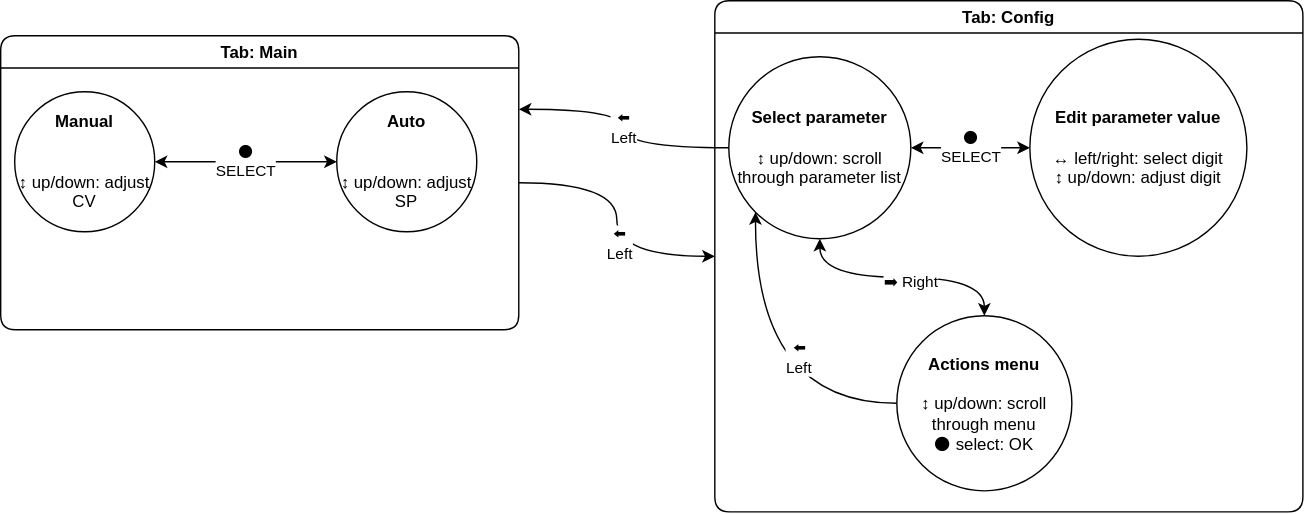
The draw.io diagram docs/state_diagram.svg in OpenHumidistat/firmware, before a commit. Source tidied: cells renumbered, new cells last; positions are measured from the earlier drawing's top-left corner, leaving out a move shared by most shapes. The source it was exported from:
```xml
<mxGraphModel>
  <root>
    <mxCell id="0" />
    <mxCell id="1" parent="0" />
    <mxCell id="2" value="Tab: Main" style="swimlane;rounded=1;swimlaneFillColor=none;swimlaneLine=1;" parent="1" vertex="1">
      <mxGeometry y="25" width="370" height="210" as="geometry" />
    </mxCell>
    <mxCell id="3" value="&lt;div&gt;&lt;span class=&quot;ILfuVd&quot;&gt;⚫&lt;/span&gt;&lt;/div&gt;&lt;div&gt;SELECT&lt;/div&gt;" style="edgeStyle=orthogonalEdgeStyle;jettySize=auto;html=1;entryX=0;entryY=0.5;entryDx=0;entryDy=0;startArrow=classic;startFill=1;curved=1;" parent="2" edge="1" source="4" target="5">
      <mxGeometry relative="1" as="geometry" />
    </mxCell>
    <mxCell id="4" value="&lt;div&gt;&lt;b&gt;Manual&lt;/b&gt;&lt;/div&gt;&lt;div&gt;&lt;br&gt;&lt;/div&gt;&lt;div&gt;&lt;br&gt;↕️ up/down: adjust CV&lt;br&gt;&lt;/div&gt;" style="ellipse;whiteSpace=wrap;html=1;rounded=1;shadow=0;sketch=0;labelBackgroundColor=none;" parent="2" vertex="1">
      <mxGeometry x="10" y="40" width="100" height="100" as="geometry" />
    </mxCell>
    <mxCell id="5" value="&lt;div&gt;&lt;b&gt;Auto&lt;/b&gt;&lt;/div&gt;&lt;div&gt;&lt;br&gt;&lt;/div&gt;&lt;div&gt;&lt;br&gt;&lt;/div&gt;&lt;div&gt;↕️ up/down: adjust SP&lt;/div&gt;" style="ellipse;whiteSpace=wrap;html=1;rounded=1;" parent="2" vertex="1">
      <mxGeometry x="240" y="40" width="100" height="100" as="geometry" />
    </mxCell>
    <mxCell id="6" style="edgeStyle=orthogonalEdgeStyle;jettySize=auto;html=1;entryX=1;entryY=0.5;entryDx=0;entryDy=0;startArrow=classic;startFill=1;curved=1;endArrow=none;endFill=0;" parent="1" edge="1" source="8" target="2">
      <mxGeometry relative="1" as="geometry" />
    </mxCell>
    <mxCell id="7" value="&lt;div&gt;⬅️&lt;/div&gt;&lt;div&gt;Left&lt;/div&gt;" style="edgeLabel;html=1;align=center;verticalAlign=middle;rounded=1;" parent="6" vertex="1">
      <mxGeometry x="-0.17" y="-2" relative="1" as="geometry">
        <mxPoint y="1" as="offset" />
      </mxGeometry>
    </mxCell>
    <mxCell id="8" value="Tab: Config" style="swimlane;rounded=1;" parent="1" vertex="1">
      <mxGeometry x="510" width="420" height="365" as="geometry" />
    </mxCell>
    <mxCell id="9" value="&lt;div&gt;&lt;span class=&quot;ILfuVd&quot;&gt;⚫&lt;/span&gt;&lt;/div&gt;&lt;div&gt;SELECT&lt;/div&gt;" style="edgeStyle=orthogonalEdgeStyle;curved=1;jettySize=auto;html=1;startArrow=classic;startFill=1;" parent="8" edge="1" source="12" target="13">
      <mxGeometry relative="1" as="geometry" />
    </mxCell>
    <mxCell id="10" style="edgeStyle=orthogonalEdgeStyle;curved=1;jettySize=auto;html=1;startArrow=classic;startFill=1;" parent="8" edge="1" source="12" target="15">
      <mxGeometry relative="1" as="geometry" />
    </mxCell>
    <mxCell id="11" value="➡️ Right" style="edgeLabel;html=1;align=center;verticalAlign=middle;" parent="10" vertex="1">
      <mxGeometry x="0.32" y="-3" relative="1" as="geometry">
        <mxPoint x="-21" as="offset" />
      </mxGeometry>
    </mxCell>
    <mxCell id="12" value="&lt;div&gt;&lt;b&gt;Select parameter&lt;/b&gt;&lt;/div&gt;&lt;div&gt;&lt;br&gt;&lt;/div&gt;&lt;div&gt;↕️ up/down: scroll through parameter list&lt;br&gt;&lt;/div&gt;" style="ellipse;whiteSpace=wrap;html=1;rounded=1;" parent="8" vertex="1">
      <mxGeometry x="10" y="40" width="130" height="130" as="geometry" />
    </mxCell>
    <mxCell id="13" value="&lt;div&gt;&lt;b&gt;Edit parameter value&lt;br&gt;&lt;/b&gt;&lt;/div&gt;&lt;div&gt;&lt;br&gt;&lt;/div&gt;&lt;div&gt;↔️ left/right: select digit&lt;br&gt;&lt;/div&gt;&lt;div&gt;↕️ up/down: adjust digit&lt;br&gt;&lt;/div&gt;" style="ellipse;whiteSpace=wrap;html=1;rounded=1;" parent="8" vertex="1">
      <mxGeometry x="225" y="27.5" width="155" height="155" as="geometry" />
    </mxCell>
    <mxCell id="14" value="&lt;div&gt;⬅️&lt;/div&gt;&lt;div&gt;Left&lt;/div&gt;" style="edgeStyle=orthogonalEdgeStyle;curved=1;jettySize=auto;html=1;entryX=0;entryY=1;entryDx=0;entryDy=0;startArrow=none;startFill=0;endArrow=classic;endFill=1;exitX=0;exitY=0.5;exitDx=0;exitDy=0;" parent="8" edge="1" source="15" target="12">
      <mxGeometry x="0.12" y="-31" relative="1" as="geometry" />
    </mxCell>
    <mxCell id="15" value="&lt;div&gt;&lt;b&gt;Actions menu&lt;br&gt;&lt;/b&gt;&lt;/div&gt;&lt;div&gt;&lt;br&gt;&lt;/div&gt;&lt;div&gt;↕️ up/down: scroll through menu&lt;/div&gt;&lt;div&gt;&lt;div&gt;&lt;span class=&quot;ILfuVd&quot;&gt;⚫ select: OK&lt;br&gt;&lt;/span&gt;&lt;/div&gt;&lt;/div&gt;" style="ellipse;whiteSpace=wrap;html=1;rounded=1;" parent="8" vertex="1">
      <mxGeometry x="130" y="225" width="125" height="125" as="geometry" />
    </mxCell>
    <mxCell id="16" value="&lt;div&gt;⬅️&lt;/div&gt;&lt;div&gt;Left&lt;/div&gt;" style="edgeStyle=orthogonalEdgeStyle;curved=1;jettySize=auto;html=1;entryX=1;entryY=0.25;entryDx=0;entryDy=0;startArrow=none;startFill=0;endArrow=classic;endFill=1;" parent="1" edge="1" source="12" target="2">
      <mxGeometry relative="1" as="geometry" />
    </mxCell>
  </root>
</mxGraphModel>
```
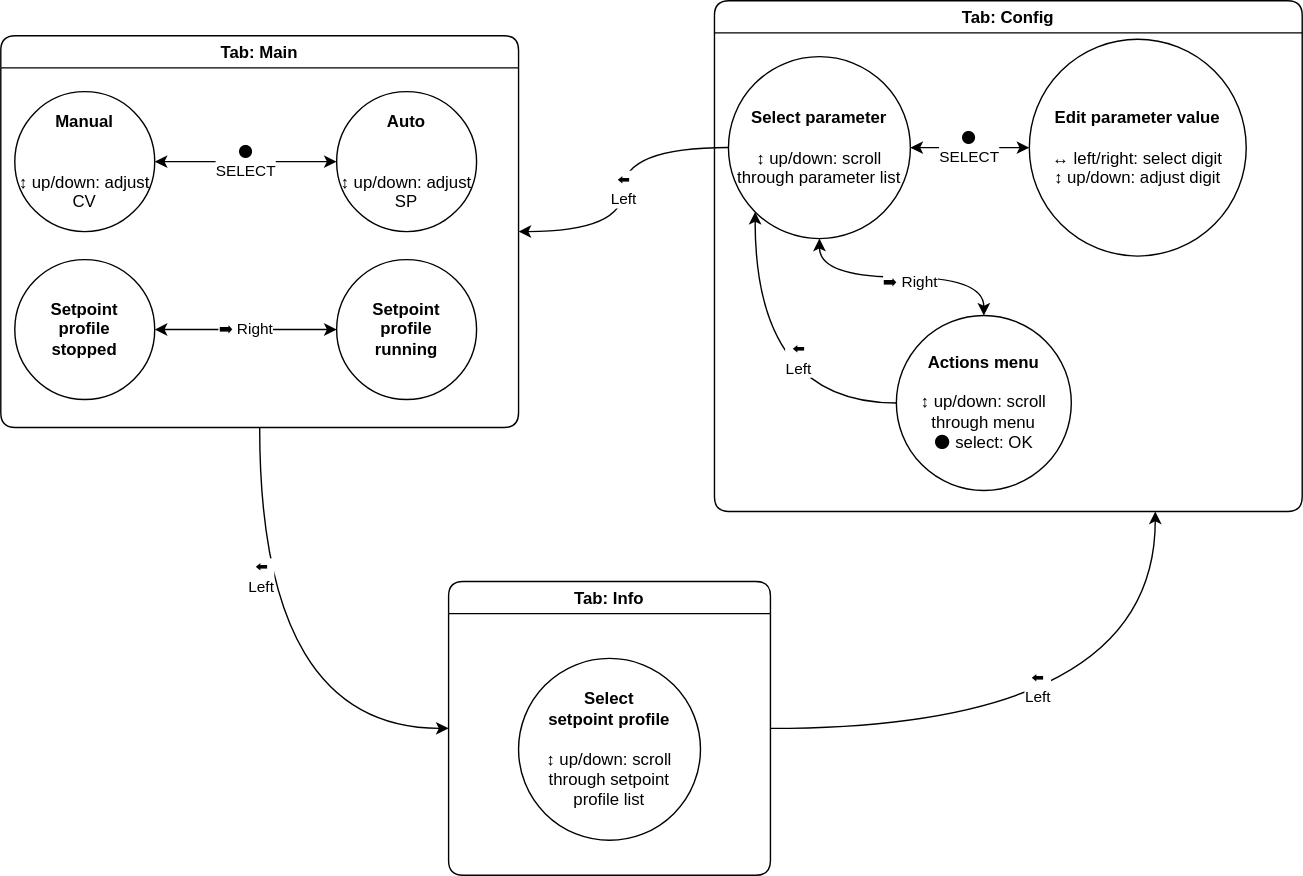
After the change.

Diff of the diagram source:
```diff
@@ -3,7 +3,7 @@
     <mxCell id="0" />
     <mxCell id="1" parent="0" />
     <mxCell id="2" value="Tab: Main" style="swimlane;rounded=1;swimlaneFillColor=none;swimlaneLine=1;" parent="1" vertex="1">
-      <mxGeometry y="25" width="370" height="210" as="geometry" />
+      <mxGeometry y="25" width="370" height="280" as="geometry" />
     </mxCell>
     <mxCell id="3" value="&lt;div&gt;&lt;span class=&quot;ILfuVd&quot;&gt;⚫&lt;/span&gt;&lt;/div&gt;&lt;div&gt;SELECT&lt;/div&gt;" style="edgeStyle=orthogonalEdgeStyle;jettySize=auto;html=1;entryX=0;entryY=0.5;entryDx=0;entryDy=0;startArrow=classic;startFill=1;curved=1;" parent="2" edge="1" source="4" target="5">
       <mxGeometry relative="1" as="geometry" />
@@ -14,12 +14,21 @@
     <mxCell id="5" value="&lt;div&gt;&lt;b&gt;Auto&lt;/b&gt;&lt;/div&gt;&lt;div&gt;&lt;br&gt;&lt;/div&gt;&lt;div&gt;&lt;br&gt;&lt;/div&gt;&lt;div&gt;↕️ up/down: adjust SP&lt;/div&gt;" style="ellipse;whiteSpace=wrap;html=1;rounded=1;" parent="2" vertex="1">
       <mxGeometry x="240" y="40" width="100" height="100" as="geometry" />
     </mxCell>
+    <mxCell id="17" value="➡️ Right" style="edgeStyle=orthogonalEdgeStyle;rounded=0;jettySize=auto;html=1;entryX=0;entryY=0.5;entryDx=0;entryDy=0;startArrow=classic;startFill=1;" parent="2" edge="1" source="18" target="19">
+      <mxGeometry relative="1" as="geometry" />
+    </mxCell>
+    <mxCell id="18" value="&lt;div&gt;&lt;b&gt;Setpoint&lt;/b&gt;&lt;/div&gt;&lt;div&gt;&lt;b&gt;profile&lt;/b&gt;&lt;/div&gt;&lt;div&gt;&lt;b&gt;stopped&lt;/b&gt;&lt;/div&gt;" style="ellipse;whiteSpace=wrap;html=1;rounded=1;shadow=0;sketch=0;labelBackgroundColor=none;" parent="2" vertex="1">
+      <mxGeometry x="10" y="160" width="100" height="100" as="geometry" />
+    </mxCell>
+    <mxCell id="19" value="&lt;div&gt;&lt;b&gt;Setpoint&lt;/b&gt;&lt;/div&gt;&lt;div&gt;&lt;b&gt;profile&lt;/b&gt;&lt;/div&gt;&lt;div&gt;&lt;b&gt;running&lt;br&gt;&lt;/b&gt;&lt;/div&gt;" style="ellipse;whiteSpace=wrap;html=1;rounded=1;" parent="2" vertex="1">
+      <mxGeometry x="240" y="160" width="100" height="100" as="geometry" />
+    </mxCell>
-    <mxCell id="6" style="edgeStyle=orthogonalEdgeStyle;jettySize=auto;html=1;entryX=1;entryY=0.5;entryDx=0;entryDy=0;startArrow=classic;startFill=1;curved=1;endArrow=none;endFill=0;" parent="1" edge="1" source="8" target="2">
+    <mxCell id="6" style="edgeStyle=orthogonalEdgeStyle;jettySize=auto;html=1;entryX=0.5;entryY=1;entryDx=0;entryDy=0;startArrow=classic;startFill=1;curved=1;endArrow=none;endFill=0;exitX=0;exitY=0.5;exitDx=0;exitDy=0;" parent="1" edge="1" source="22" target="2">
       <mxGeometry relative="1" as="geometry" />
     </mxCell>
     <mxCell id="7" value="&lt;div&gt;⬅️&lt;/div&gt;&lt;div&gt;Left&lt;/div&gt;" style="edgeLabel;html=1;align=center;verticalAlign=middle;rounded=1;" parent="6" vertex="1">
       <mxGeometry x="-0.17" y="-2" relative="1" as="geometry">
-        <mxPoint y="1" as="offset" />
+        <mxPoint x="-2" y="-98" as="offset" />
       </mxGeometry>
     </mxCell>
     <mxCell id="8" value="Tab: Config" style="swimlane;rounded=1;" parent="1" vertex="1">
@@ -48,8 +57,22 @@
     <mxCell id="15" value="&lt;div&gt;&lt;b&gt;Actions menu&lt;br&gt;&lt;/b&gt;&lt;/div&gt;&lt;div&gt;&lt;br&gt;&lt;/div&gt;&lt;div&gt;↕️ up/down: scroll through menu&lt;/div&gt;&lt;div&gt;&lt;div&gt;&lt;span class=&quot;ILfuVd&quot;&gt;⚫ select: OK&lt;br&gt;&lt;/span&gt;&lt;/div&gt;&lt;/div&gt;" style="ellipse;whiteSpace=wrap;html=1;rounded=1;" parent="8" vertex="1">
       <mxGeometry x="130" y="225" width="125" height="125" as="geometry" />
     </mxCell>
-    <mxCell id="16" value="&lt;div&gt;⬅️&lt;/div&gt;&lt;div&gt;Left&lt;/div&gt;" style="edgeStyle=orthogonalEdgeStyle;curved=1;jettySize=auto;html=1;entryX=1;entryY=0.25;entryDx=0;entryDy=0;startArrow=none;startFill=0;endArrow=classic;endFill=1;" parent="1" edge="1" source="12" target="2">
+    <mxCell id="16" value="&lt;div&gt;⬅️&lt;/div&gt;&lt;div&gt;Left&lt;/div&gt;" style="edgeStyle=orthogonalEdgeStyle;curved=1;jettySize=auto;html=1;entryX=1;entryY=0.5;entryDx=0;entryDy=0;startArrow=none;startFill=0;endArrow=classic;endFill=1;" parent="1" edge="1" source="12" target="2">
       <mxGeometry relative="1" as="geometry" />
     </mxCell>
+    <mxCell id="20" style="edgeStyle=orthogonalEdgeStyle;jettySize=auto;html=1;entryX=0.75;entryY=1;entryDx=0;entryDy=0;startArrow=none;startFill=0;exitX=1;exitY=0.5;exitDx=0;exitDy=0;curved=1;" parent="1" edge="1" source="22" target="8">
+      <mxGeometry relative="1" as="geometry" />
+    </mxCell>
+    <mxCell id="21" value="&lt;div&gt;⬅️&lt;/div&gt;&lt;div&gt;Left&lt;/div&gt;" style="edgeLabel;html=1;align=center;verticalAlign=middle;" parent="20" vertex="1">
+      <mxGeometry x="0.33" y="21" relative="1" as="geometry">
+        <mxPoint x="-64" y="-20" as="offset" />
+      </mxGeometry>
+    </mxCell>
+    <mxCell id="22" value="Tab: Info" style="swimlane;rounded=1;" parent="1" vertex="1">
+      <mxGeometry x="320" y="415" width="230" height="210" as="geometry" />
+    </mxCell>
+    <mxCell id="23" value="&lt;div&gt;&lt;b&gt;Select&lt;/b&gt;&lt;/div&gt;&lt;div&gt;&lt;b&gt;setpoint profile&lt;br&gt;&lt;/b&gt;&lt;/div&gt;&lt;div&gt;&lt;br&gt;&lt;/div&gt;&lt;div&gt;↕️ up/down: scroll through setpoint&lt;/div&gt;&lt;div&gt;profile list&lt;br&gt;&lt;/div&gt;" style="ellipse;whiteSpace=wrap;html=1;rounded=1;" parent="22" vertex="1">
+      <mxGeometry x="50" y="55" width="130" height="130" as="geometry" />
+    </mxCell>
   </root>
 </mxGraphModel>
```
